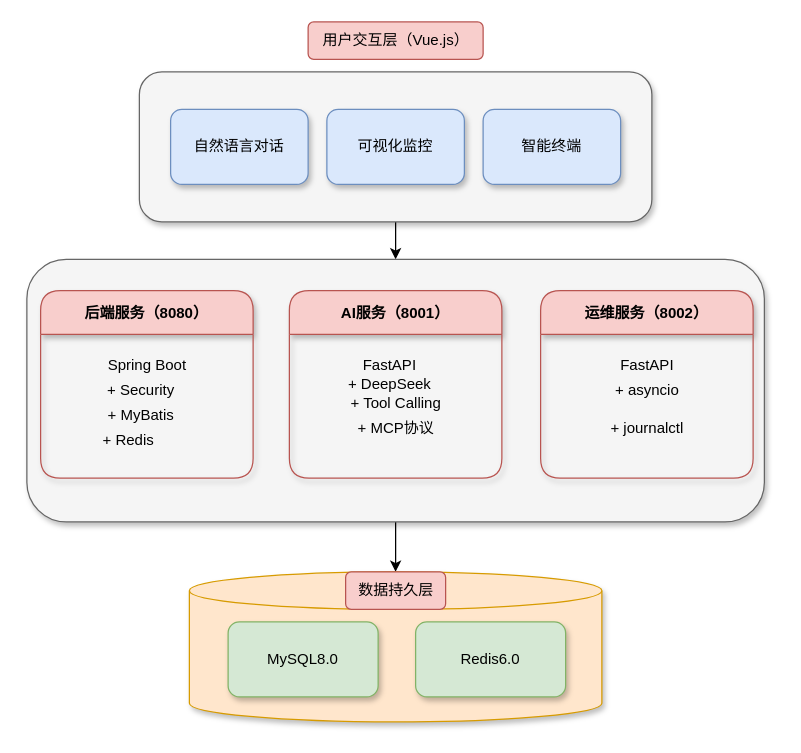
The draw.io diagram 麒麟系统架构.drawio in dcxz187/dcxz, before the edit. Source tidied: cells renumbered, new cells numbered last; positions are measured from the earlier drawing's top-left corner, leaving out a move shared by most shapes. Both pictures are drawn from the tidied source at 125%, with x=0, y=0 at pixel (26, 21).
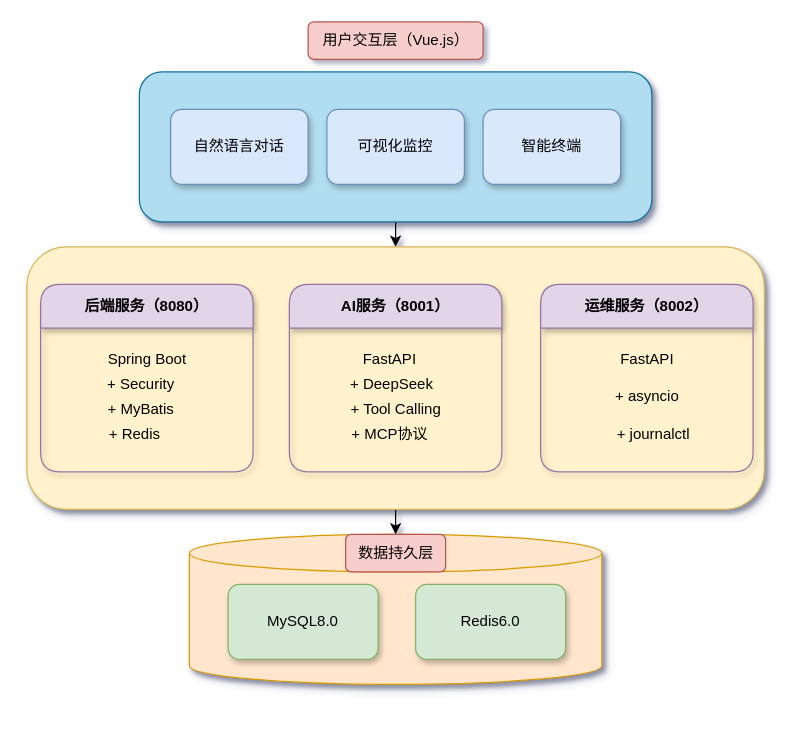
After the change.

Commit message:
更新麒麟系统架构.drawio

Change to the diagram source:
```diff
@@
-<mxGraphModel>
+<mxGraphModel shadow="1">
@@
-    <mxCell id="3" style="rounded=1;whiteSpace=wrap;html=1;fillColor=#f5f5f5;fontColor=#333333;strokeColor=#666666;shadow=1;" parent="1" vertex="1">
+    <mxCell id="3" style="rounded=1;whiteSpace=wrap;html=1;fillColor=#b1ddf0;strokeColor=#10739e;shadow=1;" parent="1" vertex="1">
       <mxGeometry x="90" y="40" width="410" height="120" as="geometry" />
     </mxCell>
@@
-    <mxCell id="10" style="rounded=1;whiteSpace=wrap;html=1;fillColor=#f5f5f5;strokeColor=#666666;fontColor=#333333;shadow=1;" parent="1" vertex="1">
-      <mxGeometry y="190" width="590" height="210" as="geometry" />
+    <mxCell id="10" style="rounded=1;whiteSpace=wrap;html=1;fillColor=#fff2cc;strokeColor=#d6b656;shadow=1;" parent="1" vertex="1">
+      <mxGeometry y="180" width="590" height="210" as="geometry" />
     </mxCell>
@@
     <mxCell id="14" style="shape=cylinder3;whiteSpace=wrap;html=1;boundedLbl=1;backgroundOutline=1;size=15;fillColor=#ffe6cc;strokeColor=#d79b00;shadow=1;" parent="1" vertex="1">
-      <mxGeometry x="130" y="440" width="330" height="120" as="geometry" />
+      <mxGeometry x="130" y="410" width="330" height="120" as="geometry" />
     </mxCell>
     <mxCell id="15" value="MySQL8.0" style="rounded=1;whiteSpace=wrap;html=1;fillColor=#d5e8d4;strokeColor=#82b366;shadow=1;" parent="1" vertex="1">
-      <mxGeometry x="161" y="480" width="120" height="60" as="geometry" />
+      <mxGeometry x="161" y="450" width="120" height="60" as="geometry" />
     </mxCell>
     <mxCell id="16" value="Redis6.0" style="rounded=1;whiteSpace=wrap;html=1;fillColor=#d5e8d4;strokeColor=#82b366;shadow=1;" parent="1" vertex="1">
-      <mxGeometry x="311" y="480" width="120" height="60" as="geometry" />
+      <mxGeometry x="311" y="450" width="120" height="60" as="geometry" />
     </mxCell>
     <mxCell id="17" value="数据持久层" style="text;html=1;align=center;verticalAlign=middle;strokeColor=#b85450;fillColor=#f8cecc;shadow=0;rounded=1;" parent="1" vertex="1">
-      <mxGeometry x="255" y="440" width="80" height="30" as="geometry" />
+      <mxGeometry x="255" y="410" width="80" height="30" as="geometry" />
     </mxCell>
-    <mxCell id="18" value="后端服务（8080）" style="swimlane;whiteSpace=wrap;html=1;fillColor=#f8cecc;strokeColor=#b85450;startSize=35;rounded=1;glass=0;shadow=1;" parent="1" vertex="1">
-      <mxGeometry x="11" y="215" width="170" height="150" as="geometry" />
+    <mxCell id="18" value="后端服务（8080）" style="swimlane;whiteSpace=wrap;html=1;fillColor=#e1d5e7;strokeColor=#9673a6;startSize=35;rounded=1;glass=0;shadow=1;" parent="1" vertex="1">
+      <mxGeometry x="11" y="210" width="170" height="150" as="geometry" />
     </mxCell>
-    <mxCell id="19" value="Spring Boot" style="text;html=1;align=center;verticalAlign=middle;" parent="18" vertex="1">
+    <mxCell id="19" value="Spring Boot" style="text;html=1;align=center;verticalAlign=middle;rounded=1;" parent="18" vertex="1">
       <mxGeometry x="40" y="45" width="90" height="30" as="geometry" />
     </mxCell>
@@
-    <mxCell id="21" value="+ Redis" style="text;html=1;align=center;verticalAlign=middle;strokeColor=none;fillColor=none;" parent="18" vertex="1">
-      <mxGeometry x="40" y="105" width="60" height="30" as="geometry" />
+    <mxCell id="21" value="&amp;nbsp; &amp;nbsp;+ Redis" style="text;html=1;align=center;verticalAlign=middle;strokeColor=none;fillColor=none;" parent="18" vertex="1">
+      <mxGeometry x="35" y="105" width="70" height="30" as="geometry" />
     </mxCell>
@@
-    <mxCell id="23" value="AI服务（8001）" style="swimlane;whiteSpace=wrap;html=1;fillColor=#f8cecc;strokeColor=#b85450;startSize=35;rounded=1;shadow=1;" parent="1" vertex="1">
-      <mxGeometry x="210" y="215" width="170" height="150" as="geometry" />
+    <mxCell id="23" value="AI服务（8001）" style="swimlane;whiteSpace=wrap;html=1;fillColor=#e1d5e7;strokeColor=#9673a6;startSize=35;rounded=1;shadow=1;" parent="1" vertex="1">
+      <mxGeometry x="210" y="210" width="170" height="150" as="geometry" />
     </mxCell>
@@
-    <mxCell id="25" value="+ DeepSeek" style="text;html=1;align=center;verticalAlign=middle;strokeColor=none;fillColor=none;" parent="23" vertex="1">
-      <mxGeometry x="35" y="60" width="90" height="30" as="geometry" />
+    <mxCell id="25" value="&amp;nbsp;+ DeepSeek" style="text;html=1;align=center;verticalAlign=middle;strokeColor=none;fillColor=none;" parent="23" vertex="1">
+      <mxGeometry x="35" y="65" width="90" height="30" as="geometry" />
     </mxCell>
     <mxCell id="26" value="+ MCP协议" style="text;html=1;align=center;verticalAlign=middle;strokeColor=none;fillColor=none;" parent="23" vertex="1">
-      <mxGeometry x="45" y="95" width="80" height="30" as="geometry" />
+      <mxGeometry x="40" y="105" width="80" height="30" as="geometry" />
     </mxCell>
+    <mxCell id="30" value="+ Tool Calling" style="text;html=1;align=center;verticalAlign=middle;strokeColor=none;fillColor=none;" parent="23" vertex="1">
+      <mxGeometry x="35" y="85" width="100" height="30" as="geometry" />
+    </mxCell>
-    <mxCell id="27" value="运维服务（8002）" style="swimlane;whiteSpace=wrap;html=1;fillColor=#f8cecc;strokeColor=#b85450;startSize=35;rounded=1;shadow=1;" parent="1" vertex="1">
-      <mxGeometry x="411" y="215" width="170" height="150" as="geometry" />
+    <mxCell id="27" value="运维服务（8002）" style="swimlane;whiteSpace=wrap;html=1;fillColor=#e1d5e7;strokeColor=#9673a6;startSize=35;rounded=1;shadow=1;" parent="1" vertex="1">
+      <mxGeometry x="411" y="210" width="170" height="150" as="geometry" />
     </mxCell>
@@
     <mxCell id="29" value="+ asyncio" style="text;html=1;align=center;verticalAlign=middle;strokeColor=none;fillColor=none;" parent="27" vertex="1">
-      <mxGeometry x="50" y="65" width="70" height="30" as="geometry" />
+      <mxGeometry x="50" y="75" width="70" height="30" as="geometry" />
     </mxCell>
-    <mxCell id="30" value="+ Tool Calling" style="text;html=1;align=center;verticalAlign=middle;strokeColor=none;fillColor=none;" parent="1" vertex="1">
-      <mxGeometry x="245" y="290" width="100" height="30" as="geometry" />
-    </mxCell>
-    <mxCell id="31" value="+ journalctl" style="text;html=1;align=center;verticalAlign=middle;strokeColor=none;fillColor=none;" parent="1" vertex="1">
-      <mxGeometry x="456" y="310" width="80" height="30" as="geometry" />
+    <mxCell id="31" value="+ journalctl" style="text;html=1;align=center;verticalAlign=middle;strokeColor=none;fillColor=none;" parent="27" vertex="1">
+      <mxGeometry x="50" y="105" width="80" height="30" as="geometry" />
     </mxCell>
```
